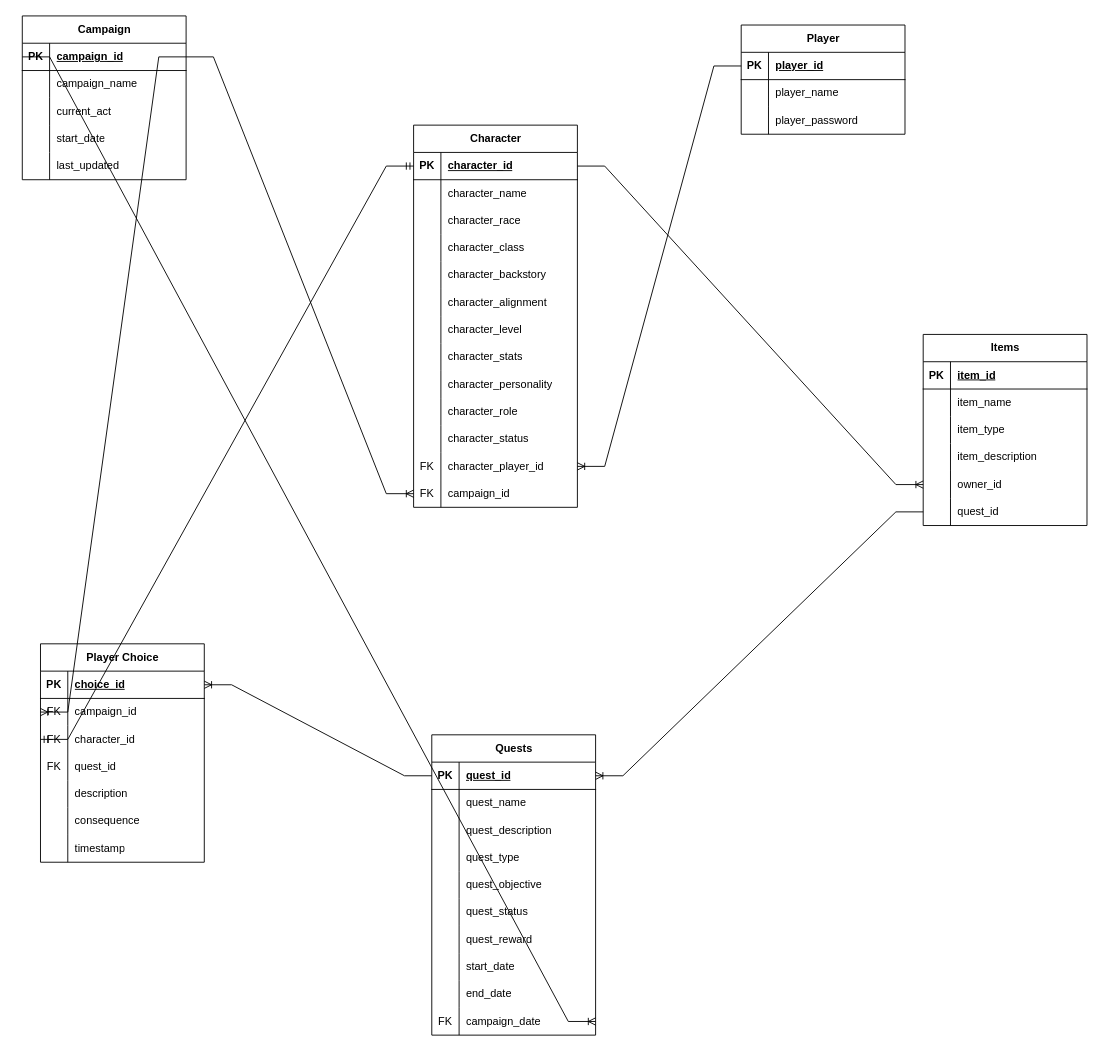
RickyBoyy/DnD keeps this draw.io diagram as Diagrama sem nome.drawio. Above is the earlier version. Source tidied: cells renumbered, new cells numbered last; positions are measured from the earlier drawing's top-left corner, leaving out a move shared by most shapes. Both pictures are drawn from the tidied source at 91%, with x=0, y=0 at pixel (22, 15).
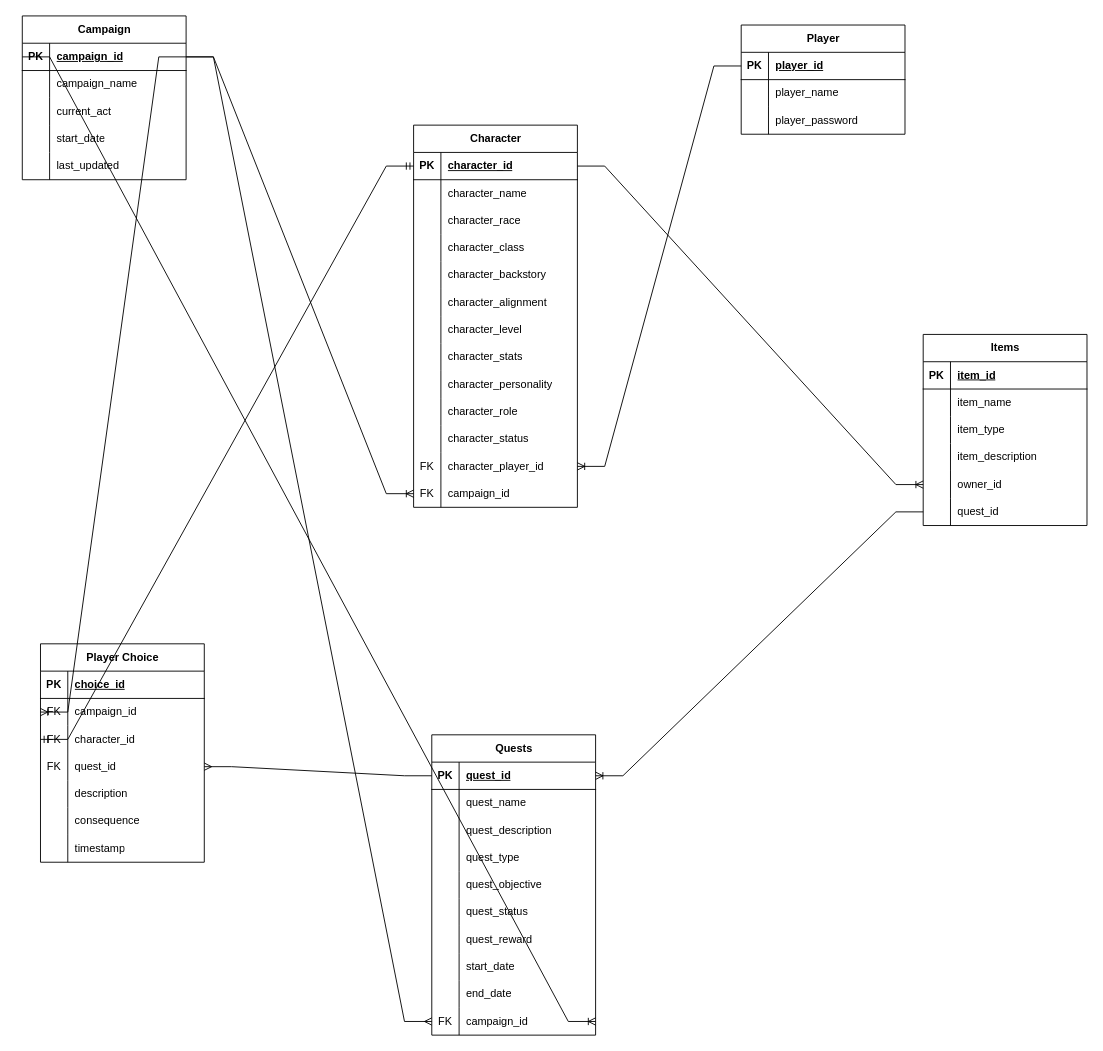
The same diagram, later.

Unchanged cells that the change refers to:
```xml
<mxCell id="3" style="shape=tableRow;horizontal=0;startSize=0;swimlaneHead=0;swimlaneBody=0;fillColor=none;points=[[0,0.5],[1,0.5]];portConstraint=eastwest;top=0;left=0;right=0;bottom=1;" parent="2" vertex="1">
  <mxGeometry y="30" width="180" height="30" as="geometry" />
</mxCell>
<mxCell id="19" style="shape=tableRow;horizontal=0;startSize=0;swimlaneHead=0;swimlaneBody=0;fillColor=none;points=[[0,0.5],[1,0.5]];portConstraint=eastwest;top=0;left=0;right=0;bottom=1;" parent="18" vertex="1">
  <mxGeometry y="30" width="180" height="30" as="geometry" />
</mxCell>
<mxCell id="46" style="shape=tableRow;horizontal=0;startSize=0;swimlaneHead=0;swimlaneBody=0;fillColor=none;points=[[0,0.5],[1,0.5]];portConstraint=eastwest;top=0;left=0;right=0;bottom=0;" parent="18" vertex="1">
  <mxGeometry y="300" width="180" height="30" as="geometry" />
</mxCell>
<mxCell id="124" style="shape=tableRow;horizontal=0;startSize=0;swimlaneHead=0;swimlaneBody=0;fillColor=none;points=[[0,0.5],[1,0.5]];portConstraint=eastwest;top=0;left=0;right=0;bottom=1;" parent="123" vertex="1">
  <mxGeometry y="30" width="180" height="30" as="geometry" />
</mxCell>
<mxCell id="133" style="shape=tableRow;horizontal=0;startSize=0;swimlaneHead=0;swimlaneBody=0;fillColor=none;points=[[0,0.5],[1,0.5]];portConstraint=eastwest;top=0;left=0;right=0;bottom=0;" parent="123" vertex="1">
  <mxGeometry y="120" width="180" height="30" as="geometry" />
</mxCell>
```

Diff of the diagram source:
```diff
@@
-    <mxCell id="48" value="campaign_date" style="shape=partialRectangle;fillColor=none;top=0;left=0;bottom=0;right=0;align=left;spacingLeft=6;overflow=hidden;whiteSpace=wrap;html=1;" parent="46" vertex="1">
+    <mxCell id="48" value="campaign_id" style="shape=partialRectangle;fillColor=none;top=0;left=0;bottom=0;right=0;align=left;spacingLeft=6;overflow=hidden;whiteSpace=wrap;html=1;" parent="46" vertex="1">
       <mxGeometry x="30" width="150" height="30" as="geometry" />
     </mxCell>
@@
-    <mxCell id="147" style="edgeStyle=entityRelationEdgeStyle;fontSize=12;html=1;endArrow=ERoneToMany;rounded=0;entryX=1;entryY=0.5;entryDx=0;entryDy=0;exitX=0;exitY=0.5;exitDx=0;exitDy=0;" parent="1" edge="1" source="19" target="124">
-      <mxGeometry relative="1" as="geometry" />
-    </mxCell>
+    <mxCell id="148" style="edgeStyle=entityRelationEdgeStyle;fontSize=12;html=1;endArrow=ERmany;rounded=0;exitX=0;exitY=0.5;exitDx=0;exitDy=0;entryX=1;entryY=0.5;entryDx=0;entryDy=0;" parent="1" edge="1" source="19" target="133">
+      <mxGeometry relative="1" as="geometry" />
+    </mxCell>
+    <mxCell id="149" style="edgeStyle=entityRelationEdgeStyle;fontSize=12;html=1;endArrow=ERmany;rounded=0;" parent="1" edge="1" source="3" target="46">
+      <mxGeometry relative="1" as="geometry" />
+    </mxCell>
```
